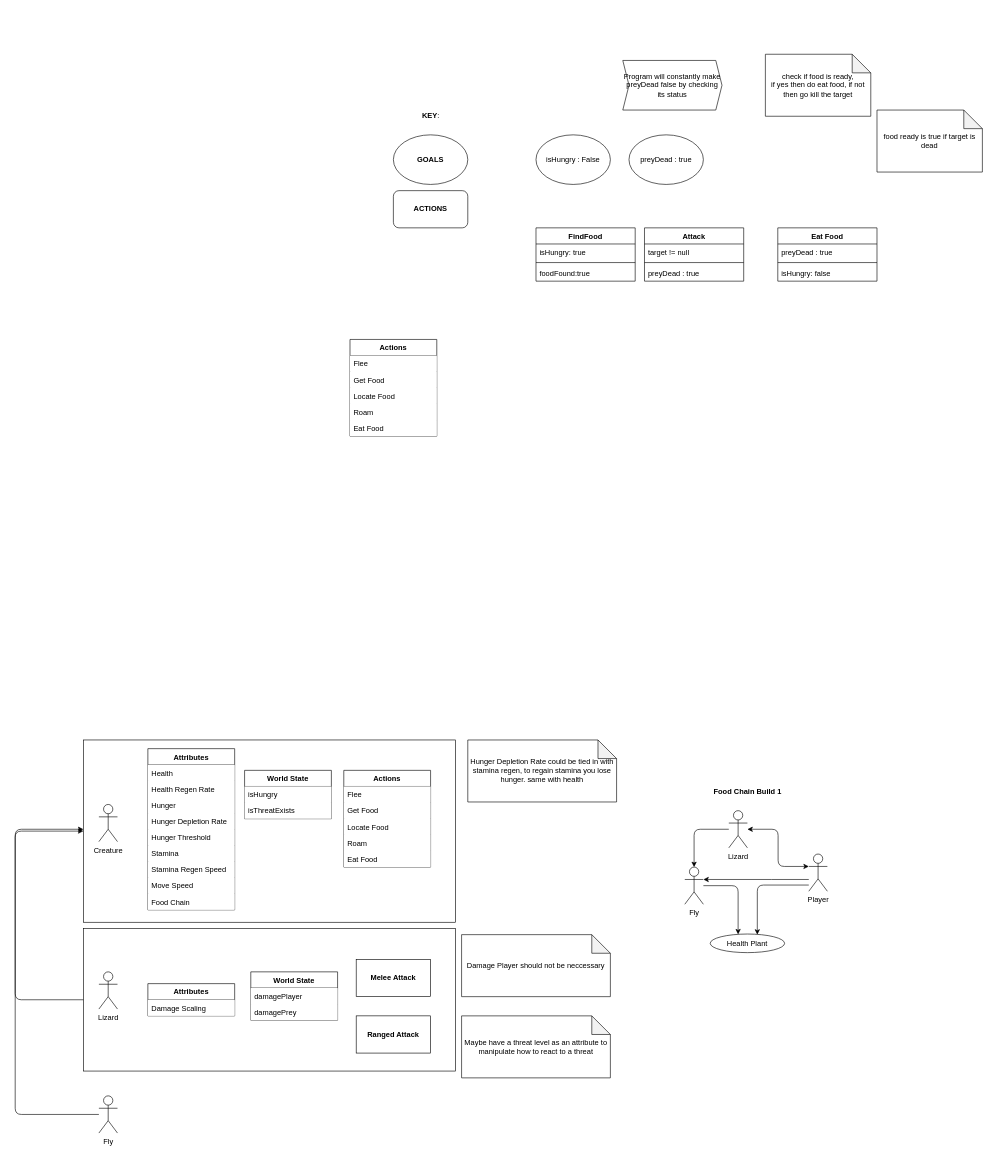
Earlier version of the draw.io diagram documentation/actionPlans_the-game.drawio (AumPatel2208/GOAP-Ecosystem-FPS). Source tidied: cells renumbered, new cells numbered last; positions are measured from the earlier drawing's top-left corner, leaving out a move shared by most shapes. Both pictures are drawn from the tidied source at 62%, with x=0, y=0 at pixel (15, 54).
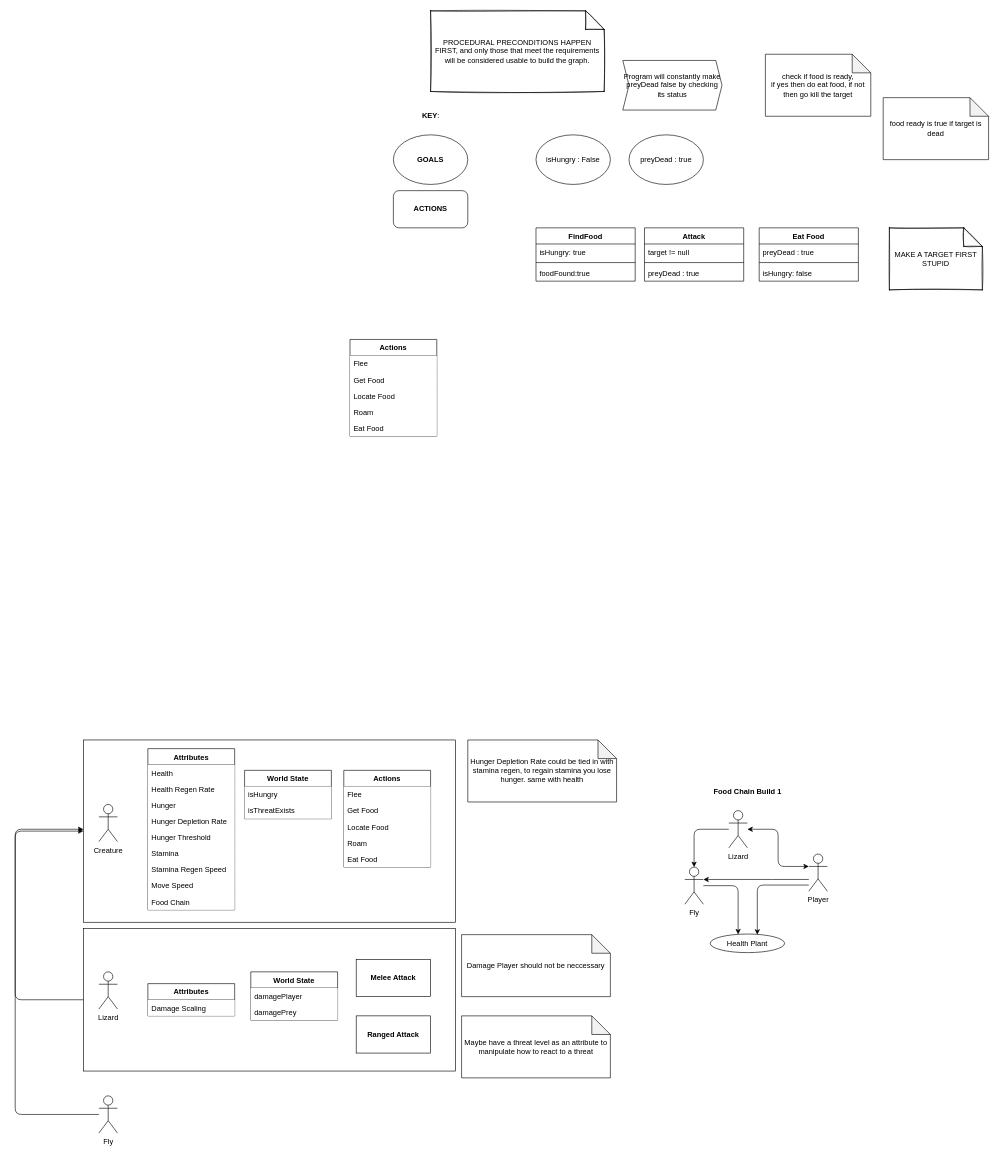
After the change.

What changed in the source:
```diff
@@
     <mxCell id="59" value="Eat Food" style="swimlane;fontStyle=1;align=center;verticalAlign=top;horizontal=1;startSize=26;strokeColor=#000000;swimlaneFillColor=#ffffff;" parent="1" vertex="1">
-      <mxGeometry x="1230" y="280" width="160" height="86" as="geometry" />
+      <mxGeometry x="1200" y="280" width="160" height="86" as="geometry" />
     </mxCell>
@@
     <mxCell id="72" value="food ready is true if target is dead" style="shape=note;whiteSpace=wrap;html=1;backgroundOutline=1;darkOpacity=0.05;strokeColor=#000000;fillColor=#ffffff;" parent="1" vertex="1">
-      <mxGeometry x="1390" y="90" width="170" height="100" as="geometry" />
+      <mxGeometry x="1400" y="70" width="170" height="100" as="geometry" />
     </mxCell>
@@
+    <mxCell id="74" value="PROCEDURAL PRECONDITIONS HAPPEN FIRST, and only those that meet the requirements will be considered usable to build the graph." style="shape=note;whiteSpace=wrap;html=1;backgroundOutline=1;darkOpacity=0.05;rounded=0;shadow=0;sketch=1;strokeColor=#000000;fillColor=#ffffff;gradientColor=none;" parent="1" vertex="1">
+      <mxGeometry x="670" y="-70" width="280" height="130" as="geometry" />
+    </mxCell>
+    <mxCell id="75" value="MAKE A TARGET FIRST STUPID " style="shape=note;whiteSpace=wrap;html=1;backgroundOutline=1;darkOpacity=0.05;rounded=0;shadow=0;sketch=1;strokeColor=#000000;fillColor=#ffffff;gradientColor=none;" parent="1" vertex="1">
+      <mxGeometry x="1410" y="280" width="150" height="100" as="geometry" />
+    </mxCell>
```
